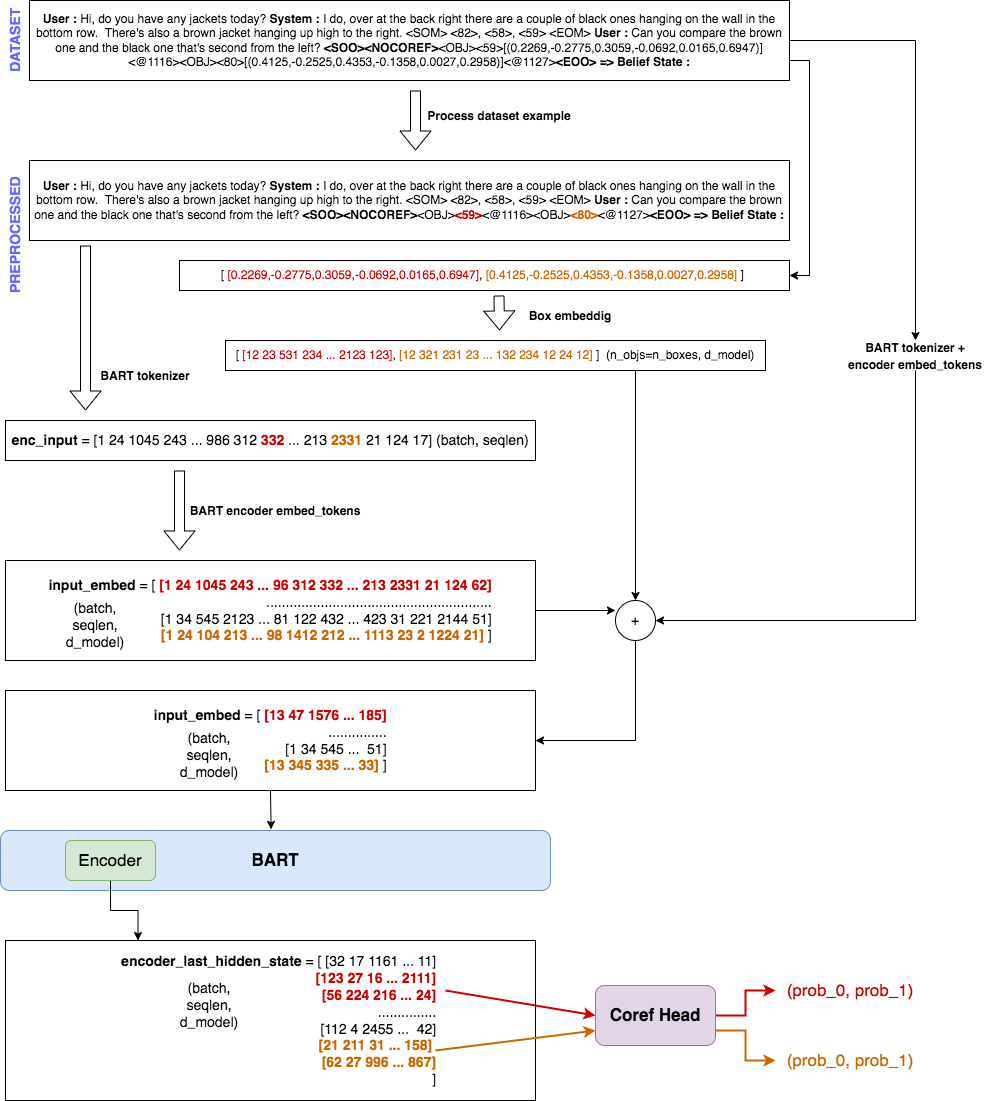
The draw.io diagram Multimodal_Coreference_Resolution-Dissertation/diagrams/bart_explained_coref.png in AlejandroSantorum/MPhil_MLMI_Cambridge, before a commit. Source tidied: cells renumbered, new cells last; positions are measured from the earlier drawing's top-left corner, leaving out a move shared by most shapes.
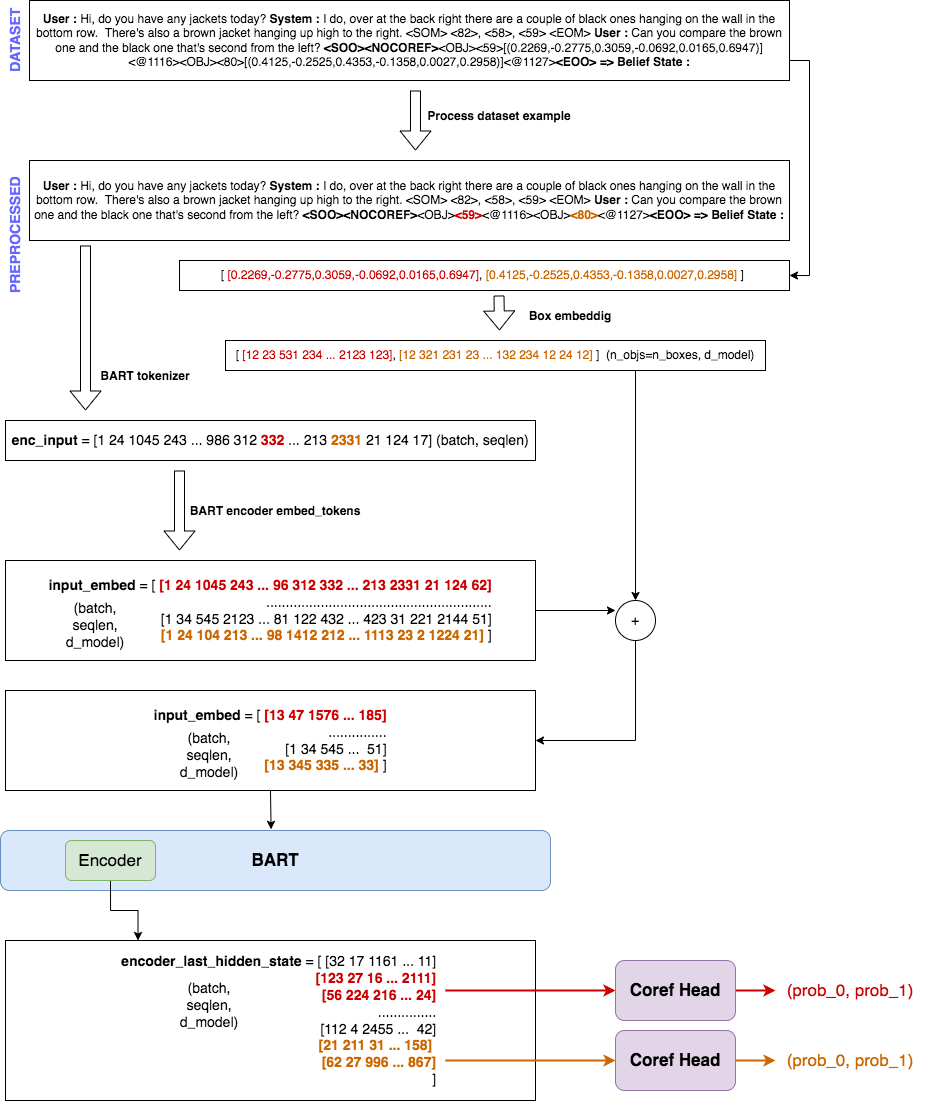
Later version of the same file.

Commit message:
Add BART diamgrams using scene and cropped obj img embeddings

What changed in the source:
```diff
@@ -5,9 +5,6 @@
     <mxCell id="2" style="edgeStyle=orthogonalEdgeStyle;rounded=0;jettySize=auto;html=1;exitX=1;exitY=0.75;exitDx=0;exitDy=0;entryX=1;entryY=0.5;entryDx=0;entryDy=0;fontColor=#CC6600;" parent="1" edge="1" source="4" target="6">
       <mxGeometry relative="1" as="geometry" />
     </mxCell>
-    <mxCell id="3" style="edgeStyle=orthogonalEdgeStyle;rounded=0;jettySize=auto;html=1;exitX=1;exitY=0.5;exitDx=0;exitDy=0;fontColor=#CC6600;entryX=0.5;entryY=0;entryDx=0;entryDy=0;" parent="1" edge="1" source="4" target="41">
-      <mxGeometry relative="1" as="geometry" />
-    </mxCell>
     <mxCell id="4" value="&lt;b&gt;User :&lt;/b&gt; Hi, do you have any jackets today? &lt;b&gt;System :&lt;/b&gt; I do, over at the back right there are a couple of black ones hanging on the wall in the bottom row.&amp;nbsp; There's also a brown jacket hanging up high to the right. &amp;lt;SOM&amp;gt; &amp;lt;82&amp;gt;, &amp;lt;58&amp;gt;, &amp;lt;59&amp;gt; &amp;lt;EOM&amp;gt; &lt;b&gt;User :&lt;/b&gt; Can you compare the brown one and the black one that's second from the left? &lt;b&gt;&amp;lt;SOO&amp;gt;&amp;lt;NOCOREF&amp;gt;&lt;/b&gt;&amp;lt;OBJ&amp;gt;&amp;lt;59&amp;gt;[(0.2269,-0.2775,0.3059,-0.0692,0.0165,0.6947)]&amp;lt;@1116&amp;gt;&amp;lt;OBJ&amp;gt;&amp;lt;80&amp;gt;[(0.4125,-0.2525,0.4353,-0.1358,0.0027,0.2958)]&amp;lt;@1127&amp;gt;&lt;b&gt;&amp;lt;EOO&amp;gt; =&amp;gt; Belief State :&lt;/b&gt;" style="text;html=1;strokeColor=default;fillColor=none;align=center;verticalAlign=middle;whiteSpace=wrap;rounded=0;" parent="1" vertex="1">
       <mxGeometry x="44" width="760" height="80" as="geometry" />
     </mxCell>
@@ -113,36 +110,35 @@
     <mxCell id="32" value="&lt;font color=&quot;#000000&quot;&gt;(batch, seqlen, d_model)&lt;/font&gt;" style="text;html=1;strokeColor=none;fillColor=none;align=center;verticalAlign=middle;whiteSpace=wrap;rounded=0;fontSize=14;fontColor=#CC6600;" parent="1" vertex="1">
       <mxGeometry x="194" y="990" width="60" height="30" as="geometry" />
     </mxCell>
-    <mxCell id="33" style="endArrow=classic;html=1;rounded=0;fontSize=17;fontColor=#CC6600;strokeColor=#CC0000;strokeWidth=2;entryX=0;entryY=0.5;entryDx=0;entryDy=0;" parent="1" edge="1" target="36">
+    <mxCell id="33" style="endArrow=classic;html=1;rounded=0;fontSize=17;fontColor=#CC6600;strokeColor=#CC0000;strokeWidth=2;" parent="1" edge="1">
       <mxGeometry relative="1" as="geometry">
         <mxPoint x="460" y="990" as="sourcePoint" />
+        <mxPoint x="630" y="990" as="targetPoint" />
       </mxGeometry>
     </mxCell>
-    <mxCell id="34" style="endArrow=classic;html=1;rounded=0;fontSize=17;fontColor=#CC6600;strokeColor=#CC6600;strokeWidth=2;entryX=0;entryY=0.75;entryDx=0;entryDy=0;" parent="1" edge="1" target="36">
+    <mxCell id="34" style="endArrow=classic;html=1;rounded=0;fontSize=17;fontColor=#CC6600;strokeColor=#CC6600;strokeWidth=2;" parent="1" edge="1">
       <mxGeometry relative="1" as="geometry">
-        <mxPoint x="450" y="1050" as="sourcePoint" />
+        <mxPoint x="460" y="1060" as="sourcePoint" />
+        <mxPoint x="630" y="1060" as="targetPoint" />
       </mxGeometry>
     </mxCell>
     <mxCell id="35" style="edgeStyle=orthogonalEdgeStyle;rounded=0;jettySize=auto;html=1;exitX=1;exitY=0.5;exitDx=0;exitDy=0;entryX=0;entryY=0.5;entryDx=0;entryDy=0;fontSize=17;fontColor=#000000;strokeColor=#CC0000;strokeWidth=2;" parent="1" edge="1" source="36" target="38">
       <mxGeometry relative="1" as="geometry" />
     </mxCell>
     <mxCell id="36" value="&lt;font color=&quot;#000000&quot;&gt;&lt;b&gt;Coref Head&lt;/b&gt;&lt;/font&gt;" style="rounded=1;whiteSpace=wrap;html=1;fontSize=17;strokeColor=#9673a6;fillColor=#e1d5e7;" parent="1" vertex="1">
-      <mxGeometry x="610" y="985" width="120" height="60" as="geometry" />
+      <mxGeometry x="630" y="960" width="120" height="60" as="geometry" />
     </mxCell>
-    <mxCell id="37" style="edgeStyle=orthogonalEdgeStyle;rounded=0;jettySize=auto;html=1;exitX=1;exitY=0.75;exitDx=0;exitDy=0;entryX=0;entryY=0.5;entryDx=0;entryDy=0;fontSize=17;fontColor=#000000;strokeColor=#CC6600;strokeWidth=2;" parent="1" edge="1" source="36" target="39">
+    <mxCell id="37" style="edgeStyle=orthogonalEdgeStyle;rounded=0;jettySize=auto;html=1;exitX=1;exitY=0.5;exitDx=0;exitDy=0;entryX=0;entryY=0.5;entryDx=0;entryDy=0;fontSize=17;fontColor=#000000;strokeColor=#CC6600;strokeWidth=2;" parent="1" edge="1" source="42" target="39">
       <mxGeometry relative="1" as="geometry" />
     </mxCell>
+    <mxCell id="42" value="&lt;font color=&quot;#000000&quot;&gt;&lt;b&gt;Coref Head&lt;/b&gt;&lt;/font&gt;" style="rounded=1;whiteSpace=wrap;html=1;fontSize=17;strokeColor=#9673a6;fillColor=#e1d5e7;" parent="1" vertex="1">
+      <mxGeometry x="630" y="1030" width="120" height="60" as="geometry" />
+    </mxCell>
     <mxCell id="38" value="&lt;font color=&quot;#cc0000&quot;&gt;(prob_0, prob_1)&lt;/font&gt;" style="text;html=1;strokeColor=none;fillColor=none;align=center;verticalAlign=middle;whiteSpace=wrap;rounded=0;fontSize=17;fontColor=#000000;" parent="1" vertex="1">
       <mxGeometry x="790" y="975" width="150" height="30" as="geometry" />
     </mxCell>
     <mxCell id="39" value="&lt;font color=&quot;#cc6600&quot;&gt;(prob_0, prob_1)&lt;/font&gt;" style="text;html=1;strokeColor=none;fillColor=none;align=center;verticalAlign=middle;whiteSpace=wrap;rounded=0;fontSize=17;fontColor=#000000;" parent="1" vertex="1">
       <mxGeometry x="790" y="1045" width="150" height="30" as="geometry" />
     </mxCell>
-    <mxCell id="40" style="edgeStyle=orthogonalEdgeStyle;rounded=0;jettySize=auto;html=1;exitX=0.5;exitY=1;exitDx=0;exitDy=0;entryX=1;entryY=0.5;entryDx=0;entryDy=0;fontColor=#CC6600;" parent="1" edge="1" source="41" target="24">
-      <mxGeometry relative="1" as="geometry" />
-    </mxCell>
-    <mxCell id="41" value="&lt;font color=&quot;#000000&quot;&gt;&lt;span style=&quot;font-size: 12px;&quot;&gt;&lt;b&gt;BART tokenizer + encoder embed_tokens&lt;/b&gt;&lt;/span&gt;&lt;/font&gt;" style="text;html=1;strokeColor=none;fillColor=none;align=center;verticalAlign=middle;whiteSpace=wrap;rounded=0;fontSize=14;fontColor=#6666FF;" parent="1" vertex="1">
-      <mxGeometry x="860" y="340" width="140" height="30" as="geometry" />
-    </mxCell>
   </root>
 </mxGraphModel>
```
